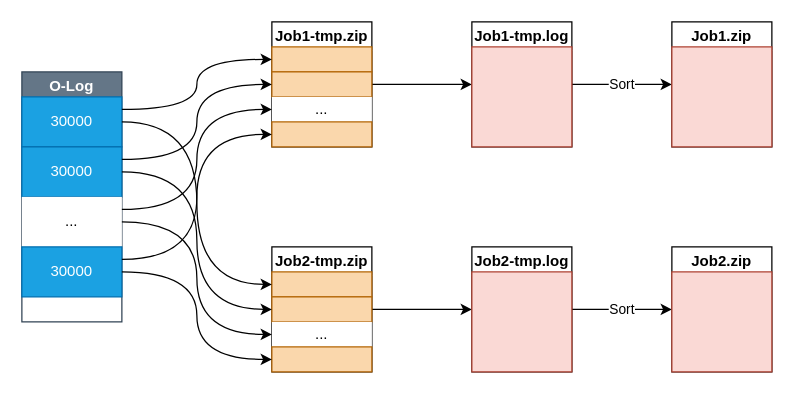
Above: page "Page-7" (7 of 7) of st/Log.drawio in gaivin/drawio (draw.io), before the change. Source tidied: cells renumbered, new cells numbered last; positions are measured from the earlier drawing's top-left corner, leaving out a move shared by most shapes. Both pictures are drawn from the tidied source at 125%, with x=0, y=0 at pixel (21, 21).
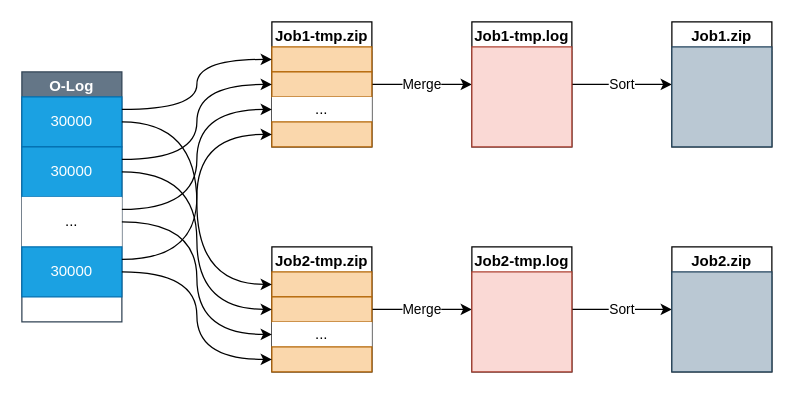
After the change.

Unchanged cells that the change refers to:
```xml
<mxCell id="8" value="Job1-tmp.zip" style="swimlane;whiteSpace=wrap;html=1;" parent="1" vertex="1">
  <mxGeometry x="200" width="80" height="100" as="geometry" />
</mxCell>
<mxCell id="18" value="Job2-tmp.zip" style="swimlane;whiteSpace=wrap;html=1;" parent="1" vertex="1">
  <mxGeometry x="200" y="180" width="80" height="100" as="geometry" />
</mxCell>
<mxCell id="28" value="Job1-tmp.log" style="swimlane;whiteSpace=wrap;html=1;" parent="1" vertex="1">
  <mxGeometry x="360" width="80" height="100" as="geometry" />
</mxCell>
<mxCell id="31" value="Job2-tmp.log" style="swimlane;whiteSpace=wrap;html=1;" parent="1" vertex="1">
  <mxGeometry x="360" y="180" width="80" height="100" as="geometry" />
</mxCell>
<mxCell id="33" value="Job1.zip" style="swimlane;whiteSpace=wrap;html=1;" parent="1" vertex="1">
  <mxGeometry x="520" width="80" height="100" as="geometry" />
</mxCell>
<mxCell id="35" value="Job2.zip" style="swimlane;whiteSpace=wrap;html=1;" parent="1" vertex="1">
  <mxGeometry x="520" y="180" width="80" height="100" as="geometry" />
</mxCell>
```

Change to the diagram source:
```diff
@@
-    <mxCell id="7" style="edgeStyle=orthogonalEdgeStyle;rounded=0;jettySize=auto;html=1;" parent="1" edge="1" source="8" target="28">
+    <mxCell id="7" value="Merge" style="edgeStyle=orthogonalEdgeStyle;rounded=0;jettySize=auto;html=1;" parent="1" edge="1" source="8" target="28">
       <mxGeometry relative="1" as="geometry" />
     </mxCell>
@@
-    <mxCell id="17" style="edgeStyle=orthogonalEdgeStyle;rounded=0;jettySize=auto;html=1;" parent="1" edge="1" source="18" target="31">
+    <mxCell id="17" value="Merge" style="edgeStyle=orthogonalEdgeStyle;rounded=0;jettySize=auto;html=1;" parent="1" edge="1" source="18" target="31">
       <mxGeometry relative="1" as="geometry" />
     </mxCell>
@@
-    <mxCell id="34" style="rounded=0;whiteSpace=wrap;html=1;fillColor=#fad9d5;strokeColor=#ae4132;" parent="33" vertex="1">
+    <mxCell id="34" style="rounded=0;whiteSpace=wrap;html=1;fillColor=#bac8d3;strokeColor=#23445d;" parent="33" vertex="1">
       <mxGeometry y="20" width="80" height="80" as="geometry" />
     </mxCell>
@@
-    <mxCell id="36" style="rounded=0;whiteSpace=wrap;html=1;fillColor=#fad9d5;strokeColor=#ae4132;" parent="35" vertex="1">
+    <mxCell id="36" style="rounded=0;whiteSpace=wrap;html=1;fillColor=#bac8d3;strokeColor=#23445d;" parent="35" vertex="1">
       <mxGeometry y="20" width="80" height="80" as="geometry" />
     </mxCell>
```
